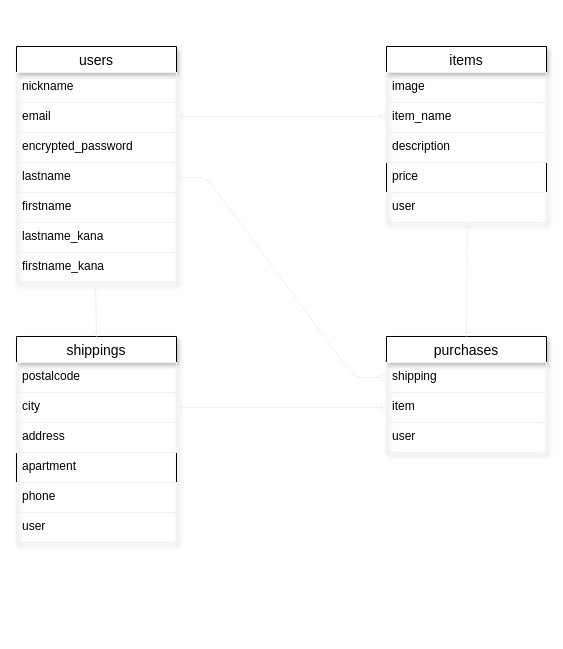
The draw.io diagram furima.dio in coto1130/furima-36953, before the edit. Source tidied: cells renumbered, new cells numbered last; positions are measured from the earlier drawing's top-left corner, leaving out a move shared by most shapes. Both pictures are drawn from the tidied source at 100%, with x=0, y=0 at pixel (16, 46).
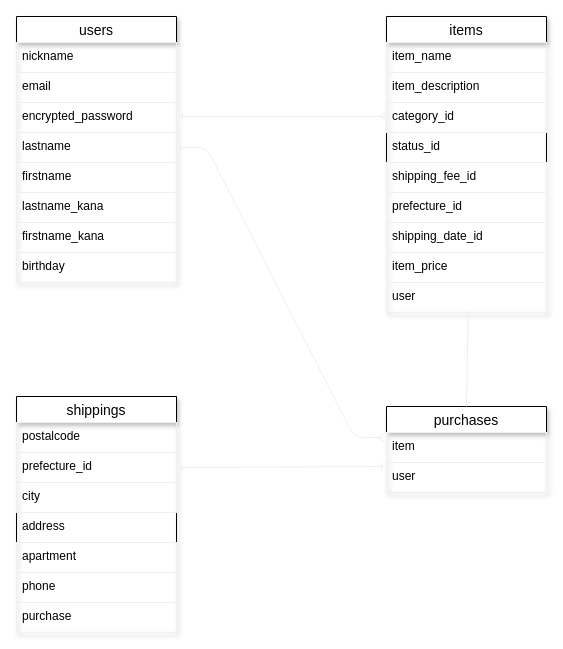
The same diagram, later.

The change refers to these unchanged cells:
```xml
<mxCell id="6" value="lastname" style="text;fillColor=none;spacingLeft=4;spacingRight=4;overflow=hidden;points=[[0,0.5],[1,0.5]];portConstraint=eastwest;fontSize=12;strokeColor=#f0f0f0;" parent="2" vertex="1">
  <mxGeometry y="116" width="160" height="30" as="geometry" />
</mxCell>
<mxCell id="9" value="firstname_kana" style="text;fillColor=none;spacingLeft=4;spacingRight=4;overflow=hidden;points=[[0,0.5],[1,0.5]];portConstraint=eastwest;fontSize=12;strokeColor=#f0f0f0;" parent="2" vertex="1">
  <mxGeometry y="206" width="160" height="30" as="geometry" />
</mxCell>
```

Change to the diagram source:
```diff
@@
     <mxCell id="2" value="users" style="swimlane;fontStyle=0;horizontal=1;startSize=26;align=center;fontSize=14;shadow=1;" parent="1" vertex="1">
-      <mxGeometry width="160" height="236" as="geometry" />
+      <mxGeometry y="-30" width="160" height="266" as="geometry" />
     </mxCell>
@@
+    <mxCell id="32" value="birthday" style="text;fillColor=none;spacingLeft=4;spacingRight=4;overflow=hidden;fontSize=12;strokeColor=#f0f0f0;" parent="2" vertex="1">
+      <mxGeometry y="236" width="160" height="30" as="geometry" />
+    </mxCell>
     <mxCell id="10" value="items" style="swimlane;fontStyle=0;horizontal=1;startSize=26;align=center;fontSize=14;shadow=1;" parent="1" vertex="1">
-      <mxGeometry x="370" width="160" height="176" as="geometry" />
+      <mxGeometry x="370" y="-30" width="160" height="296" as="geometry" />
     </mxCell>
-    <mxCell id="11" value="image" style="text;fillColor=none;spacingLeft=4;spacingRight=4;overflow=hidden;fontSize=12;perimeterSpacing=2;strokeColor=#f0f0f0;" parent="10" vertex="1">
+    <mxCell id="11" value="item_name  " style="text;fillColor=none;spacingLeft=4;spacingRight=4;overflow=hidden;fontSize=12;perimeterSpacing=2;strokeColor=#f0f0f0;" parent="10" vertex="1">
       <mxGeometry y="26" width="160" height="30" as="geometry" />
     </mxCell>
-    <mxCell id="12" value="item_name" style="text;fillColor=none;spacingLeft=4;spacingRight=4;overflow=hidden;fontSize=12;perimeterSpacing=1;strokeColor=#f0f0f0;" parent="10" vertex="1">
+    <mxCell id="12" value="item_description" style="text;fillColor=none;spacingLeft=4;spacingRight=4;overflow=hidden;fontSize=12;perimeterSpacing=1;strokeColor=#f0f0f0;" parent="10" vertex="1">
       <mxGeometry y="56" width="160" height="30" as="geometry" />
     </mxCell>
-    <mxCell id="13" value="description" style="text;fillColor=none;spacingLeft=4;spacingRight=4;overflow=hidden;fontSize=12;strokeColor=#f0f0f0;" parent="10" vertex="1">
+    <mxCell id="13" value="category_id" style="text;fillColor=none;spacingLeft=4;spacingRight=4;overflow=hidden;fontSize=12;strokeColor=#f0f0f0;" parent="10" vertex="1">
       <mxGeometry y="86" width="160" height="30" as="geometry" />
     </mxCell>
-    <mxCell id="14" value="price" style="text;strokeColor=none;fillColor=none;spacingLeft=4;spacingRight=4;overflow=hidden;fontSize=12;" parent="10" vertex="1">
+    <mxCell id="14" value="status_id" style="text;strokeColor=none;fillColor=none;spacingLeft=4;spacingRight=4;overflow=hidden;fontSize=12;" parent="10" vertex="1">
       <mxGeometry y="116" width="160" height="30" as="geometry" />
     </mxCell>
-    <mxCell id="15" value="user" style="text;fillColor=none;spacingLeft=4;spacingRight=4;overflow=hidden;points=[[0,0.5],[1,0.5]];portConstraint=eastwest;fontSize=12;strokeColor=#f0f0f0;" parent="10" vertex="1">
+    <mxCell id="15" value="shipping_fee_id" style="text;fillColor=none;spacingLeft=4;spacingRight=4;overflow=hidden;points=[[0,0.5],[1,0.5]];portConstraint=eastwest;fontSize=12;strokeColor=#f0f0f0;" parent="10" vertex="1">
       <mxGeometry y="146" width="160" height="30" as="geometry" />
     </mxCell>
+    <mxCell id="33" value="prefecture_id" style="text;fillColor=none;spacingLeft=4;spacingRight=4;overflow=hidden;fontSize=12;strokeColor=#f0f0f0;" parent="10" vertex="1">
+      <mxGeometry y="176" width="160" height="30" as="geometry" />
+    </mxCell>
+    <mxCell id="34" value="shipping_date_id" style="text;fillColor=none;spacingLeft=4;spacingRight=4;overflow=hidden;fontSize=12;strokeColor=#f0f0f0;" parent="10" vertex="1">
+      <mxGeometry y="206" width="160" height="30" as="geometry" />
+    </mxCell>
+    <mxCell id="35" value="item_price" style="text;fillColor=none;spacingLeft=4;spacingRight=4;overflow=hidden;fontSize=12;strokeColor=#f0f0f0;" parent="10" vertex="1">
+      <mxGeometry y="236" width="160" height="30" as="geometry" />
+    </mxCell>
+    <mxCell id="36" value="user" style="text;fillColor=none;spacingLeft=4;spacingRight=4;overflow=hidden;points=[[0,0.5],[1,0.5]];portConstraint=eastwest;fontSize=12;strokeColor=#f0f0f0;" parent="10" vertex="1">
+      <mxGeometry y="266" width="160" height="30" as="geometry" />
+    </mxCell>
     <mxCell id="16" value="purchases" style="swimlane;fontStyle=0;horizontal=1;startSize=26;align=center;fontSize=14;shadow=1;" parent="1" vertex="1">
-      <mxGeometry x="370" y="290" width="160" height="116" as="geometry" />
+      <mxGeometry x="370" y="360" width="160" height="86" as="geometry" />
     </mxCell>
-    <mxCell id="17" value="shipping" style="text;fillColor=none;spacingLeft=4;spacingRight=4;overflow=hidden;points=[[0,0.5],[1,0.5]];portConstraint=eastwest;fontSize=12;perimeterSpacing=2;strokeColor=#f0f0f0;" parent="16" vertex="1">
-      <mxGeometry y="26" width="160" height="30" as="geometry" />
-    </mxCell>
     <mxCell id="18" value="item" style="text;fillColor=none;spacingLeft=4;spacingRight=4;overflow=hidden;points=[[0,0.5],[1,0.5]];portConstraint=eastwest;fontSize=12;perimeterSpacing=1;strokeColor=#f0f0f0;" parent="16" vertex="1">
-      <mxGeometry y="56" width="160" height="30" as="geometry" />
+      <mxGeometry y="26" width="160" height="30" as="geometry" />
     </mxCell>
     <mxCell id="19" value="user" style="text;fillColor=none;spacingLeft=4;spacingRight=4;overflow=hidden;points=[[0,0.5],[1,0.5]];portConstraint=eastwest;fontSize=12;strokeColor=#f0f0f0;" parent="16" vertex="1">
-      <mxGeometry y="86" width="160" height="30" as="geometry" />
+      <mxGeometry y="56" width="160" height="30" as="geometry" />
     </mxCell>
     <mxCell id="20" value="shippings" style="swimlane;fontStyle=0;horizontal=1;startSize=26;align=center;fontSize=14;shadow=1;" parent="1" vertex="1">
-      <mxGeometry y="290" width="160" height="206" as="geometry" />
+      <mxGeometry y="350" width="160" height="236" as="geometry" />
     </mxCell>
@@
-    <mxCell id="22" value="city" style="text;fillColor=none;spacingLeft=4;spacingRight=4;overflow=hidden;points=[[0,0.5],[1,0.5]];portConstraint=eastwest;fontSize=12;perimeterSpacing=1;strokeColor=#f0f0f0;" parent="20" vertex="1">
+    <mxCell id="22" value="prefecture_id " style="text;fillColor=none;spacingLeft=4;spacingRight=4;overflow=hidden;points=[[0,0.5],[1,0.5]];portConstraint=eastwest;fontSize=12;perimeterSpacing=1;strokeColor=#f0f0f0;" parent="20" vertex="1">
       <mxGeometry y="56" width="160" height="30" as="geometry" />
     </mxCell>
-    <mxCell id="23" value="address" style="text;fillColor=none;spacingLeft=4;spacingRight=4;overflow=hidden;fontSize=12;strokeColor=#f0f0f0;" parent="20" vertex="1">
+    <mxCell id="23" value="city" style="text;fillColor=none;spacingLeft=4;spacingRight=4;overflow=hidden;fontSize=12;strokeColor=#f0f0f0;" parent="20" vertex="1">
       <mxGeometry y="86" width="160" height="30" as="geometry" />
     </mxCell>
-    <mxCell id="24" value="apartment" style="text;strokeColor=none;fillColor=none;spacingLeft=4;spacingRight=4;overflow=hidden;fontSize=12;" parent="20" vertex="1">
+    <mxCell id="24" value="address" style="text;strokeColor=none;fillColor=none;spacingLeft=4;spacingRight=4;overflow=hidden;fontSize=12;" parent="20" vertex="1">
       <mxGeometry y="116" width="160" height="30" as="geometry" />
     </mxCell>
-    <mxCell id="25" value="phone" style="text;fillColor=none;spacingLeft=4;spacingRight=4;overflow=hidden;fontSize=12;strokeColor=#f0f0f0;" parent="20" vertex="1">
+    <mxCell id="25" value="apartment" style="text;fillColor=none;spacingLeft=4;spacingRight=4;overflow=hidden;fontSize=12;strokeColor=#f0f0f0;" parent="20" vertex="1">
       <mxGeometry y="146" width="160" height="30" as="geometry" />
     </mxCell>
-    <mxCell id="26" value="user" style="text;fillColor=none;spacingLeft=4;spacingRight=4;overflow=hidden;fontSize=12;strokeColor=#f0f0f0;" parent="20" vertex="1">
+    <mxCell id="26" value="phone" style="text;fillColor=none;spacingLeft=4;spacingRight=4;overflow=hidden;fontSize=12;strokeColor=#f0f0f0;" parent="20" vertex="1">
       <mxGeometry y="176" width="160" height="30" as="geometry" />
     </mxCell>
+    <mxCell id="37" value="purchase" style="text;fillColor=none;spacingLeft=4;spacingRight=4;overflow=hidden;fontSize=12;perimeterSpacing=1;strokeColor=#f0f0f0;" parent="20" vertex="1">
+      <mxGeometry y="206" width="160" height="30" as="geometry" />
+    </mxCell>
-    <mxCell id="27" style="edgeStyle=none;html=1;startArrow=ERone;startFill=0;endArrow=ERone;endFill=0;strokeColor=#f0f0f0;exitX=0.506;exitY=1;exitDx=0;exitDy=0;exitPerimeter=0;entryX=0.5;entryY=0;entryDx=0;entryDy=0;" parent="1" edge="1" source="15" target="16">
+    <mxCell id="27" style="edgeStyle=none;html=1;startArrow=ERone;startFill=0;endArrow=ERone;endFill=0;strokeColor=#f0f0f0;exitX=0.51;exitY=0.969;exitDx=0;exitDy=0;exitPerimeter=0;entryX=0.5;entryY=0;entryDx=0;entryDy=0;" parent="1" edge="1" source="36" target="16">
       <mxGeometry relative="1" as="geometry" />
     </mxCell>
-    <mxCell id="28" style="edgeStyle=none;html=1;startArrow=ERone;startFill=0;endArrow=ERone;endFill=0;strokeColor=#f0f0f0;entryX=1;entryY=0.5;entryDx=0;entryDy=0;exitX=0;exitY=0.5;exitDx=0;exitDy=0;" parent="1" edge="1" source="18" target="22">
+    <mxCell id="28" style="edgeStyle=none;html=1;startArrow=ERone;startFill=0;endArrow=ERone;endFill=0;strokeColor=#f0f0f0;entryX=1;entryY=0.5;entryDx=0;entryDy=0;exitX=-0.006;exitY=0.133;exitDx=0;exitDy=0;exitPerimeter=0;" parent="1" edge="1" source="19" target="22">
       <mxGeometry relative="1" as="geometry" />
     </mxCell>
@@
-    <mxCell id="30" style="edgeStyle=none;html=1;startArrow=ERone;startFill=0;endArrow=ERone;endFill=0;strokeColor=#f0f0f0;entryX=0.5;entryY=0;entryDx=0;entryDy=0;exitX=0.494;exitY=1.086;exitDx=0;exitDy=0;exitPerimeter=0;" parent="1" edge="1" source="9" target="20">
-      <mxGeometry relative="1" as="geometry" />
-    </mxCell>
-    <mxCell id="31" style="edgeStyle=entityRelationEdgeStyle;fontSize=12;html=1;endArrow=ERmany;strokeColor=#f0f0f0;strokeWidth=1;exitX=1;exitY=0.5;exitDx=0;exitDy=0;entryX=0;entryY=0.5;entryDx=0;entryDy=0;startArrow=ERone;startFill=0;" parent="1" edge="1" source="6" target="17">
-      <mxGeometry relative="1" as="geometry" />
+    <mxCell id="31" style="edgeStyle=entityRelationEdgeStyle;fontSize=12;html=1;endArrow=ERmany;strokeColor=#f0f0f0;strokeWidth=1;exitX=1;exitY=0.5;exitDx=0;exitDy=0;entryX=0;entryY=0.5;entryDx=0;entryDy=0;startArrow=ERone;startFill=0;" parent="1" edge="1" source="6">
+      <mxGeometry relative="1" as="geometry">
+        <mxPoint x="368" y="391" as="targetPoint" />
+      </mxGeometry>
     </mxCell>
```
